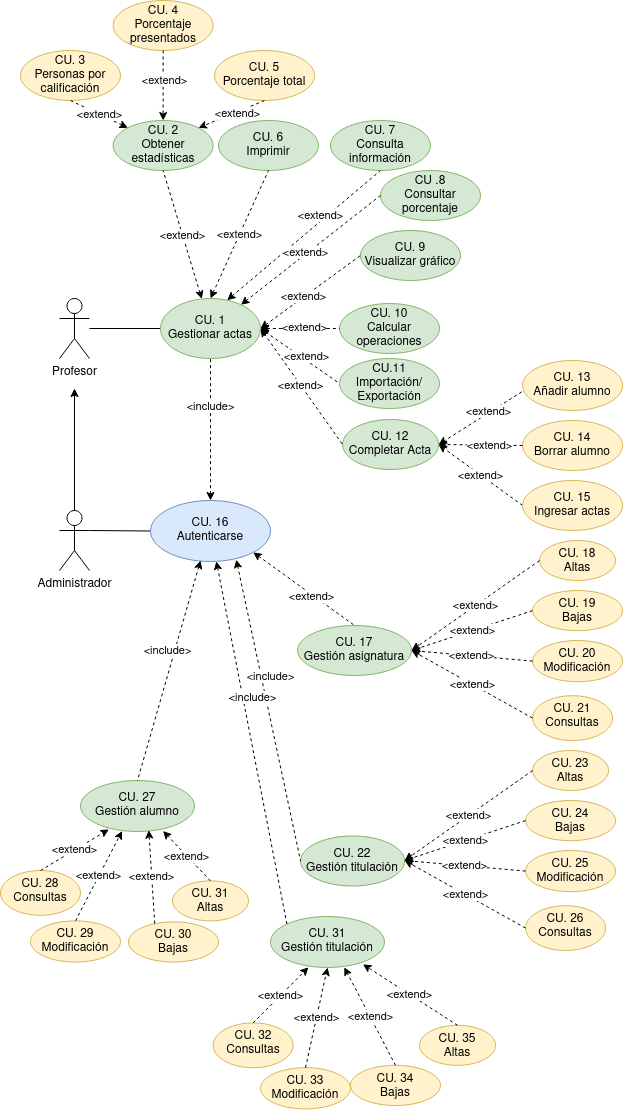
Before: Tareas/casosUso/Tarea6-Gestión Profesores/img/GestionProfesores.drawio.png, a diagram exported from draw.io (colidom/ets). Source tidied: cells renumbered, new cells last; positions are measured from the earlier drawing's top-left corner, leaving out a move shared by most shapes.
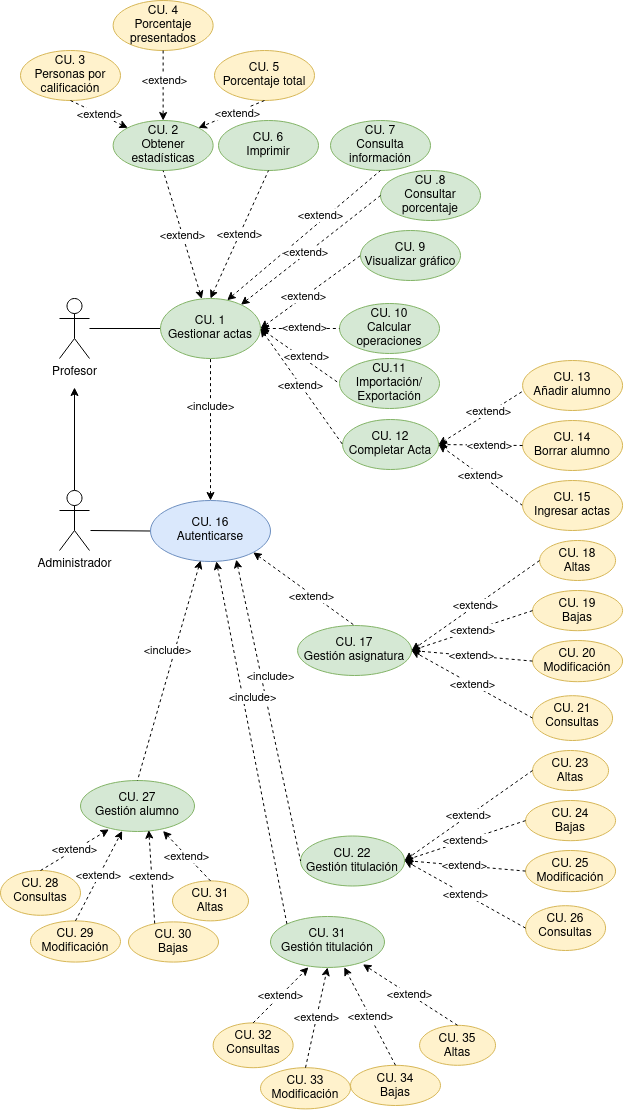
The same diagram one commit later.

The edit, as a diff of the source:
```diff
@@ -10,11 +10,11 @@
     </mxCell>
     <mxCell id="4" style="edgeStyle=orthogonalEdgeStyle;rounded=0;jettySize=auto;html=1;" parent="1" edge="1" source="5">
       <mxGeometry relative="1" as="geometry">
-        <mxPoint x="74" y="388" as="targetPoint" />
+        <mxPoint x="74" y="387" as="targetPoint" />
       </mxGeometry>
     </mxCell>
     <mxCell id="5" value="Administrador" style="shape=umlActor;verticalLabelPosition=bottom;verticalAlign=top;html=1;outlineConnect=0;" parent="1" vertex="1">
-      <mxGeometry x="59" y="510" width="30" height="60" as="geometry" />
+      <mxGeometry x="59" y="490" width="30" height="60" as="geometry" />
     </mxCell>
     <mxCell id="6" value="&lt;div&gt;CU. 12&lt;br&gt;&lt;/div&gt;&lt;div&gt;Completar Acta&lt;/div&gt;" style="ellipse;whiteSpace=wrap;html=1;fillColor=#d5e8d4;strokeColor=#82b366;" parent="1" vertex="1">
       <mxGeometry x="342.1" y="419" width="96" height="50" as="geometry" />
@@ -140,8 +140,10 @@
         <mxPoint x="15" y="18" as="offset" />
       </mxGeometry>
     </mxCell>
-    <mxCell id="42" style="edgeStyle=none;rounded=0;jettySize=auto;html=1;startArrow=none;startFill=0;endArrow=none;endFill=0;entryX=0;entryY=0.5;entryDx=0;entryDy=0;exitX=1;exitY=0.3333333333333333;exitDx=0;exitDy=0;exitPerimeter=0;" parent="1" edge="1" source="5" target="43">
-      <mxGeometry relative="1" as="geometry" />
+    <mxCell id="42" style="edgeStyle=none;rounded=0;jettySize=auto;html=1;startArrow=none;startFill=0;endArrow=none;endFill=0;entryX=0;entryY=0.5;entryDx=0;entryDy=0;" parent="1" edge="1" target="43">
+      <mxGeometry relative="1" as="geometry">
+        <mxPoint x="90" y="530" as="sourcePoint" />
+      </mxGeometry>
     </mxCell>
     <mxCell id="43" value="&lt;div&gt;CU. 16&lt;/div&gt;&lt;div&gt;Autenticarse&lt;/div&gt;" style="ellipse;whiteSpace=wrap;html=1;fillColor=#dae8fc;strokeColor=#6c8ebf;" parent="1" vertex="1">
       <mxGeometry x="150" y="500" width="120" height="61" as="geometry" />
```
